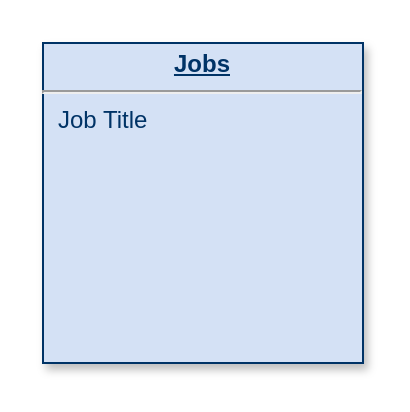
This is Diagrams/Database.drawio from JaneyRG/AI_Job_Finder, a draw.io file, before an edit. Source tidied: cells renumbered, new cells numbered last; positions are measured from the earlier drawing's top-left corner, leaving out a move shared by most shapes. Both pictures are drawn from the tidied source at 200%, with x=0, y=0 at pixel (42, 42).
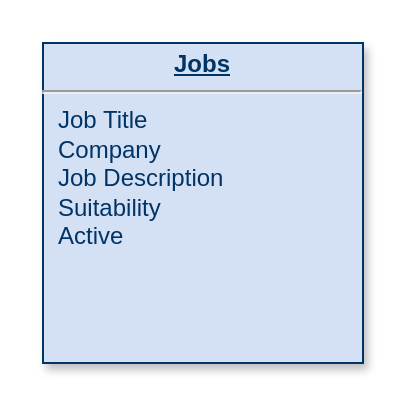
After the change.

Commit message:
Competed Job Table

Change to the diagram source:
```diff
@@
 <mxGraphModel>
   <root>
     <mxCell id="0" />
     <mxCell id="1" parent="0" />
-    <mxCell id="2" value="&lt;p style=&quot;margin: 0px; margin-top: 4px; text-align: center; text-decoration: underline;&quot;&gt;&lt;b&gt;Jobs&lt;/b&gt;&lt;/p&gt;&lt;hr&gt;&lt;p style=&quot;margin: 0px; margin-left: 8px;&quot;&gt;Job Title&lt;/p&gt;&lt;p style=&quot;margin: 0px; margin-left: 8px;&quot;&gt;&lt;br&gt;&lt;/p&gt;" style="verticalAlign=top;align=left;overflow=fill;fontSize=12;fontFamily=Helvetica;html=1;strokeColor=#003366;shadow=1;fillColor=#D4E1F5;fontColor=#003366;" parent="1" vertex="1">
+    <mxCell id="2" value="&lt;p style=&quot;margin: 0px; margin-top: 4px; text-align: center; text-decoration: underline;&quot;&gt;&lt;b&gt;Jobs&lt;/b&gt;&lt;/p&gt;&lt;hr&gt;&lt;p style=&quot;margin: 0px; margin-left: 8px;&quot;&gt;Job Title&lt;/p&gt;&lt;p style=&quot;margin: 0px; margin-left: 8px;&quot;&gt;Company&lt;/p&gt;&lt;p style=&quot;margin: 0px; margin-left: 8px;&quot;&gt;Job Description&lt;/p&gt;&lt;p style=&quot;margin: 0px; margin-left: 8px;&quot;&gt;Suitability&lt;/p&gt;&lt;p style=&quot;margin: 0px; margin-left: 8px;&quot;&gt;Active&lt;/p&gt;&lt;p style=&quot;margin: 0px; margin-left: 8px;&quot;&gt;&lt;br&gt;&lt;/p&gt;&lt;p style=&quot;margin: 0px; margin-left: 8px;&quot;&gt;&lt;br&gt;&lt;/p&gt;&lt;p style=&quot;margin: 0px; margin-left: 8px;&quot;&gt;&lt;br&gt;&lt;/p&gt;&lt;p style=&quot;margin: 0px; margin-left: 8px;&quot;&gt;&lt;br&gt;&lt;/p&gt;" style="verticalAlign=top;align=left;overflow=fill;fontSize=12;fontFamily=Helvetica;html=1;strokeColor=#003366;shadow=1;fillColor=#D4E1F5;fontColor=#003366;" parent="1" vertex="1">
       <mxGeometry width="160" height="160" as="geometry" />
     </mxCell>
   </root>
 </mxGraphModel>
```
